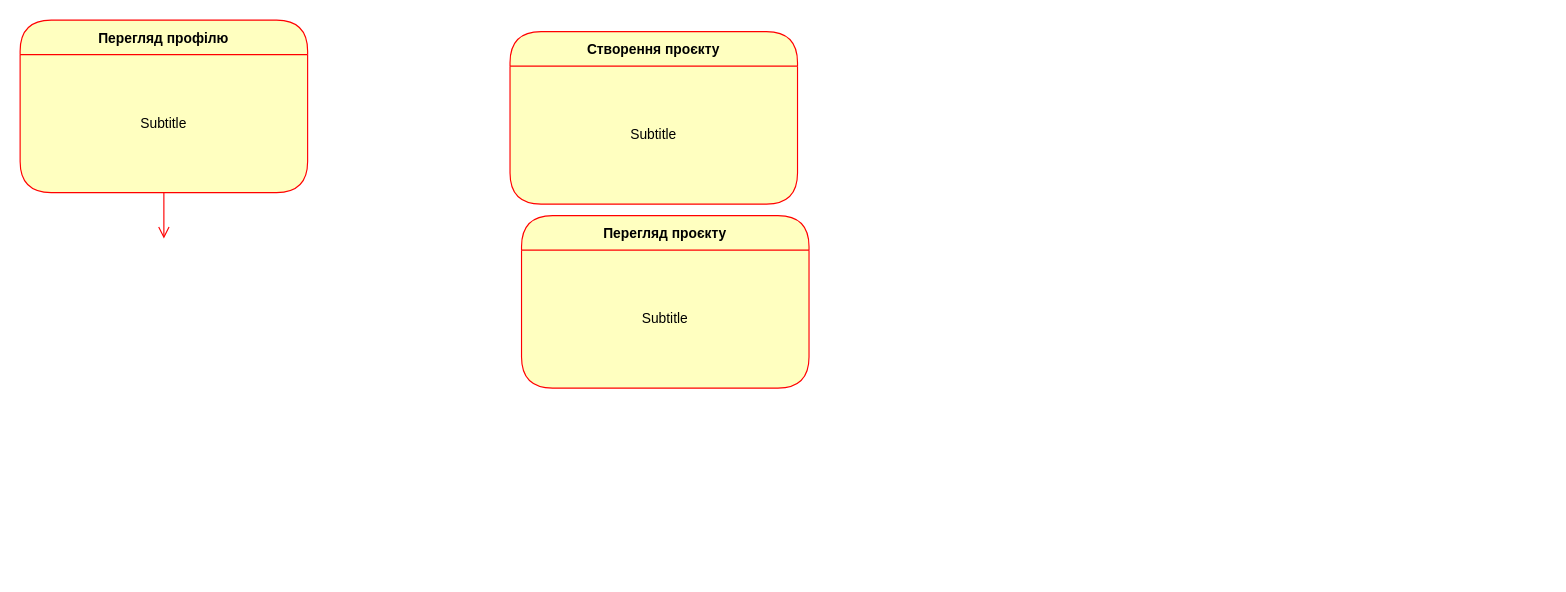
This is Діаграма Станів.drawio from OleksandrPanasenko/AIS_projects-for-university-, a draw.io file, before an edit. Source tidied: cells renumbered, new cells numbered last; positions are measured from the earlier drawing's top-left corner, leaving out a move shared by most shapes. Both pictures are drawn from the tidied source at 115%, with x=0, y=0 at pixel (20, 20).
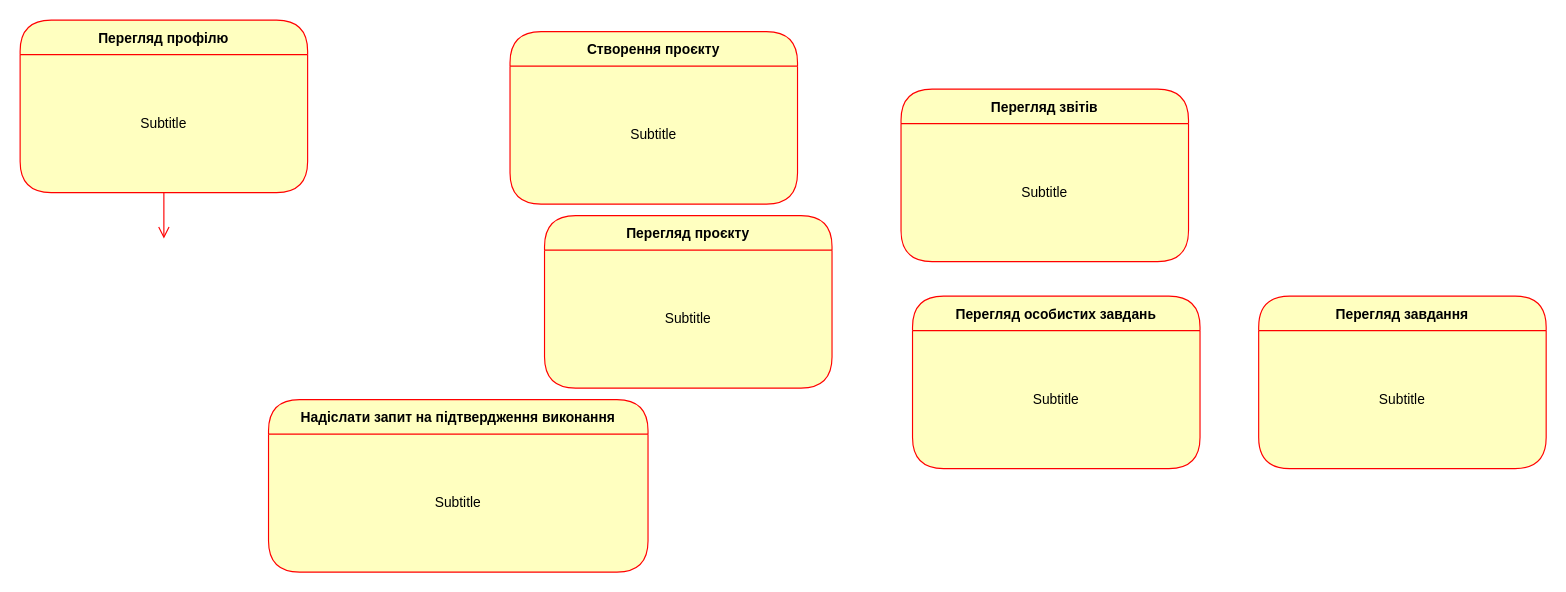
The same page after the edit.

Diff of the diagram source:
```diff
@@
 <mxGraphModel>
   <root>
     <mxCell id="0" />
     <mxCell id="1" parent="0" />
     <mxCell id="2" value="Перегляд профілю" style="swimlane;fontStyle=1;align=center;verticalAlign=middle;horizontal=1;startSize=30;fontColor=#000000;rounded=1;arcSize=30;strokeColor=#ff0000;fillColor=#ffffc0;swimlaneFillColor=#ffffc0;" parent="1" vertex="1">
       <mxGeometry width="250" height="150" as="geometry" />
     </mxCell>
     <mxCell id="3" value="Subtitle" style="text;html=1;strokeColor=none;fillColor=none;align=center;verticalAlign=middle;spacingLeft=4;spacingRight=4;whiteSpace=wrap;overflow=hidden;fontColor=#000000;" parent="2" vertex="1">
       <mxGeometry y="30" width="250" height="120" as="geometry" />
     </mxCell>
     <mxCell id="4" style="edgeStyle=orthogonalEdgeStyle;html=1;verticalAlign=bottom;endArrow=open;endSize=8;strokeColor=#ff0000;rounded=0;" parent="1" edge="1" source="2">
       <mxGeometry relative="1" as="geometry">
         <mxPoint x="125" y="190" as="targetPoint" />
         <Array as="points">
           <mxPoint x="125" y="190" />
           <mxPoint x="125" y="190" />
         </Array>
       </mxGeometry>
     </mxCell>
     <mxCell id="5" value="Створення проєкту" style="swimlane;fontStyle=1;align=center;verticalAlign=middle;horizontal=1;startSize=30;fontColor=#000000;rounded=1;arcSize=30;strokeColor=#ff0000;fillColor=#ffffc0;swimlaneFillColor=#ffffc0;" parent="1" vertex="1">
       <mxGeometry x="426" y="10" width="250" height="150" as="geometry" />
     </mxCell>
     <mxCell id="6" value="Subtitle" style="text;html=1;strokeColor=none;fillColor=none;align=center;verticalAlign=middle;spacingLeft=4;spacingRight=4;whiteSpace=wrap;overflow=hidden;fontColor=#000000;" parent="5" vertex="1">
       <mxGeometry y="30" width="250" height="120" as="geometry" />
     </mxCell>
     <mxCell id="7" value="Перегляд проєкту" style="swimlane;fontStyle=1;align=center;verticalAlign=middle;horizontal=1;startSize=30;fontColor=#000000;rounded=1;arcSize=30;strokeColor=#ff0000;fillColor=#ffffc0;swimlaneFillColor=#ffffc0;" parent="1" vertex="1">
-      <mxGeometry x="436" y="170" width="250" height="150" as="geometry" />
+      <mxGeometry x="456" y="170" width="250" height="150" as="geometry" />
     </mxCell>
     <mxCell id="8" value="Subtitle" style="text;html=1;strokeColor=none;fillColor=none;align=center;verticalAlign=middle;spacingLeft=4;spacingRight=4;whiteSpace=wrap;overflow=hidden;fontColor=#000000;" parent="7" vertex="1">
       <mxGeometry y="30" width="250" height="120" as="geometry" />
     </mxCell>
+    <mxCell id="9" value="Перегляд звітів" style="swimlane;fontStyle=1;align=center;verticalAlign=middle;horizontal=1;startSize=30;fontColor=#000000;rounded=1;arcSize=30;strokeColor=#ff0000;fillColor=#ffffc0;swimlaneFillColor=#ffffc0;" parent="1" vertex="1">
+      <mxGeometry x="766" y="60" width="250" height="150" as="geometry" />
+    </mxCell>
+    <mxCell id="10" value="Subtitle" style="text;html=1;strokeColor=none;fillColor=none;align=center;verticalAlign=middle;spacingLeft=4;spacingRight=4;whiteSpace=wrap;overflow=hidden;fontColor=#000000;" parent="9" vertex="1">
+      <mxGeometry y="30" width="250" height="120" as="geometry" />
+    </mxCell>
+    <mxCell id="11" value="Перегляд особистих завдань" style="swimlane;fontStyle=1;align=center;verticalAlign=middle;horizontal=1;startSize=30;fontColor=#000000;rounded=1;arcSize=30;strokeColor=#ff0000;fillColor=#ffffc0;swimlaneFillColor=#ffffc0;" parent="1" vertex="1">
+      <mxGeometry x="776" y="240" width="250" height="150" as="geometry" />
+    </mxCell>
+    <mxCell id="12" value="Subtitle" style="text;html=1;strokeColor=none;fillColor=none;align=center;verticalAlign=middle;spacingLeft=4;spacingRight=4;whiteSpace=wrap;overflow=hidden;fontColor=#000000;" parent="11" vertex="1">
+      <mxGeometry y="30" width="250" height="120" as="geometry" />
+    </mxCell>
+    <mxCell id="13" value="Перегляд завдання" style="swimlane;fontStyle=1;align=center;verticalAlign=middle;horizontal=1;startSize=30;fontColor=#000000;rounded=1;arcSize=30;strokeColor=#ff0000;fillColor=#ffffc0;swimlaneFillColor=#ffffc0;" parent="1" vertex="1">
+      <mxGeometry x="1077" y="240" width="250" height="150" as="geometry" />
+    </mxCell>
+    <mxCell id="14" value="Subtitle" style="text;html=1;strokeColor=none;fillColor=none;align=center;verticalAlign=middle;spacingLeft=4;spacingRight=4;whiteSpace=wrap;overflow=hidden;fontColor=#000000;" parent="13" vertex="1">
+      <mxGeometry y="30" width="250" height="120" as="geometry" />
+    </mxCell>
+    <mxCell id="15" value="Надіслати запит на підтвердження виконання" style="swimlane;fontStyle=1;align=center;verticalAlign=middle;horizontal=1;startSize=30;fontColor=#000000;rounded=1;arcSize=30;strokeColor=#ff0000;fillColor=#ffffc0;swimlaneFillColor=#ffffc0;" parent="1" vertex="1">
+      <mxGeometry x="216" y="330" width="330" height="150" as="geometry" />
+    </mxCell>
+    <mxCell id="16" value="Subtitle" style="text;html=1;strokeColor=none;fillColor=none;align=center;verticalAlign=middle;spacingLeft=4;spacingRight=4;whiteSpace=wrap;overflow=hidden;fontColor=#000000;" parent="15" vertex="1">
+      <mxGeometry y="30" width="330" height="120" as="geometry" />
+    </mxCell>
   </root>
 </mxGraphModel>
```
